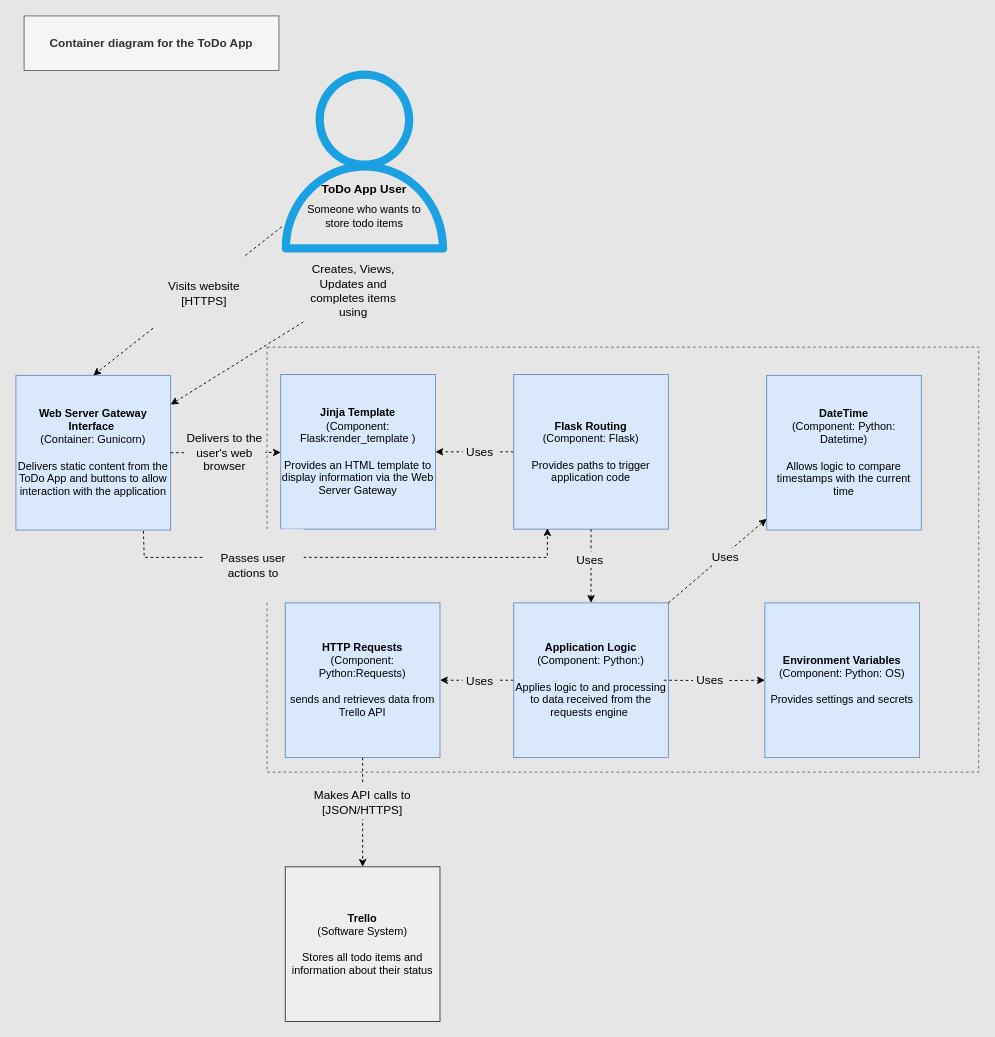
Before: Documentation/Component_Diagram_todo_app.drawio in CorndelWithSoftwire/DevOps-Course-Starter, a draw.io diagram. Source tidied: cells renumbered, new cells numbered last; positions are measured from the earlier drawing's top-left corner, leaving out a move shared by most shapes. Both pictures are drawn from the tidied source at 91%, with x=0, y=0 at pixel (15, 15).
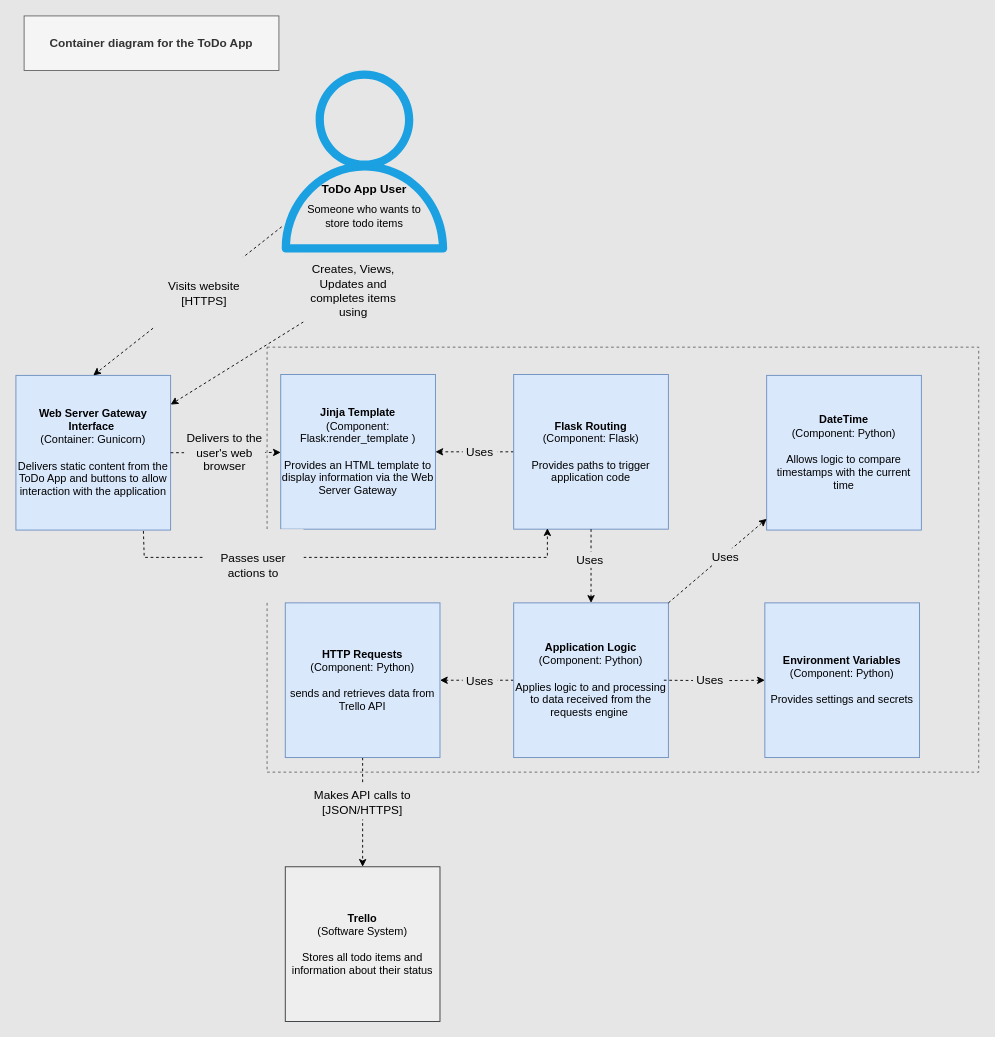
After the change.

Commit message:
updated component diagram to remove python libraries

Change to the diagram source:
```diff
@@
-    <mxCell id="20" value="&lt;b&gt;HTTP Requests&lt;br&gt;&lt;/b&gt;(Component: Python:Requests)&lt;br&gt;&lt;br&gt;sends and retrieves data from Trello API" style="whiteSpace=wrap;html=1;fillColor=#dae8fc;strokeColor=#6c8ebf;" parent="1" vertex="1">
+    <mxCell id="20" value="&lt;b&gt;HTTP Requests&lt;br&gt;&lt;/b&gt;(Component: Python)&lt;br&gt;&lt;br&gt;sends and retrieves data from Trello API" style="whiteSpace=wrap;html=1;fillColor=#dae8fc;strokeColor=#6c8ebf;" parent="1" vertex="1">
       <mxGeometry x="296" y="645" width="170" height="170" as="geometry" />
     </mxCell>
@@
-    <mxCell id="22" value="&lt;b&gt;Application Logic&lt;br&gt;&lt;/b&gt;(Component: Python:)&lt;br&gt;&lt;br&gt;Applies logic to and processing to data received from the requests engine&amp;nbsp;" style="whiteSpace=wrap;html=1;fillColor=#dae8fc;strokeColor=#6c8ebf;" parent="1" vertex="1">
+    <mxCell id="22" value="&lt;b&gt;Application Logic&lt;br&gt;&lt;/b&gt;(Component: Python)&lt;br&gt;&lt;br&gt;Applies logic to and processing to data received from the requests engine&amp;nbsp;" style="whiteSpace=wrap;html=1;fillColor=#dae8fc;strokeColor=#6c8ebf;" parent="1" vertex="1">
       <mxGeometry x="547" y="645" width="170" height="170" as="geometry" />
     </mxCell>
-    <mxCell id="23" value="&lt;b&gt;Environment Variables&lt;br&gt;&lt;/b&gt;(Component: Python: OS)&lt;br&gt;&lt;br&gt;Provides settings and secrets" style="whiteSpace=wrap;html=1;fillColor=#dae8fc;strokeColor=#6c8ebf;" parent="1" vertex="1">
+    <mxCell id="23" value="&lt;b&gt;Environment Variables&lt;br&gt;&lt;/b&gt;(Component: Python)&lt;br&gt;&lt;br&gt;Provides settings and secrets" style="whiteSpace=wrap;html=1;fillColor=#dae8fc;strokeColor=#6c8ebf;" parent="1" vertex="1">
       <mxGeometry x="823" y="645" width="170" height="170" as="geometry" />
     </mxCell>
@@
-    <mxCell id="30" value="&lt;b&gt;DateTime&lt;br&gt;&lt;/b&gt;(Component: Python: Datetime)&lt;br&gt;&lt;br&gt;Allows logic to compare timestamps with the current time" style="whiteSpace=wrap;html=1;fillColor=#dae8fc;strokeColor=#6c8ebf;" parent="1" vertex="1">
+    <mxCell id="30" value="&lt;b&gt;DateTime&lt;br&gt;&lt;/b&gt;(Component: Python)&lt;br&gt;&lt;br&gt;Allows logic to compare timestamps with the current time" style="whiteSpace=wrap;html=1;fillColor=#dae8fc;strokeColor=#6c8ebf;" parent="1" vertex="1">
       <mxGeometry x="825" y="395" width="170" height="170" as="geometry" />
     </mxCell>
```
